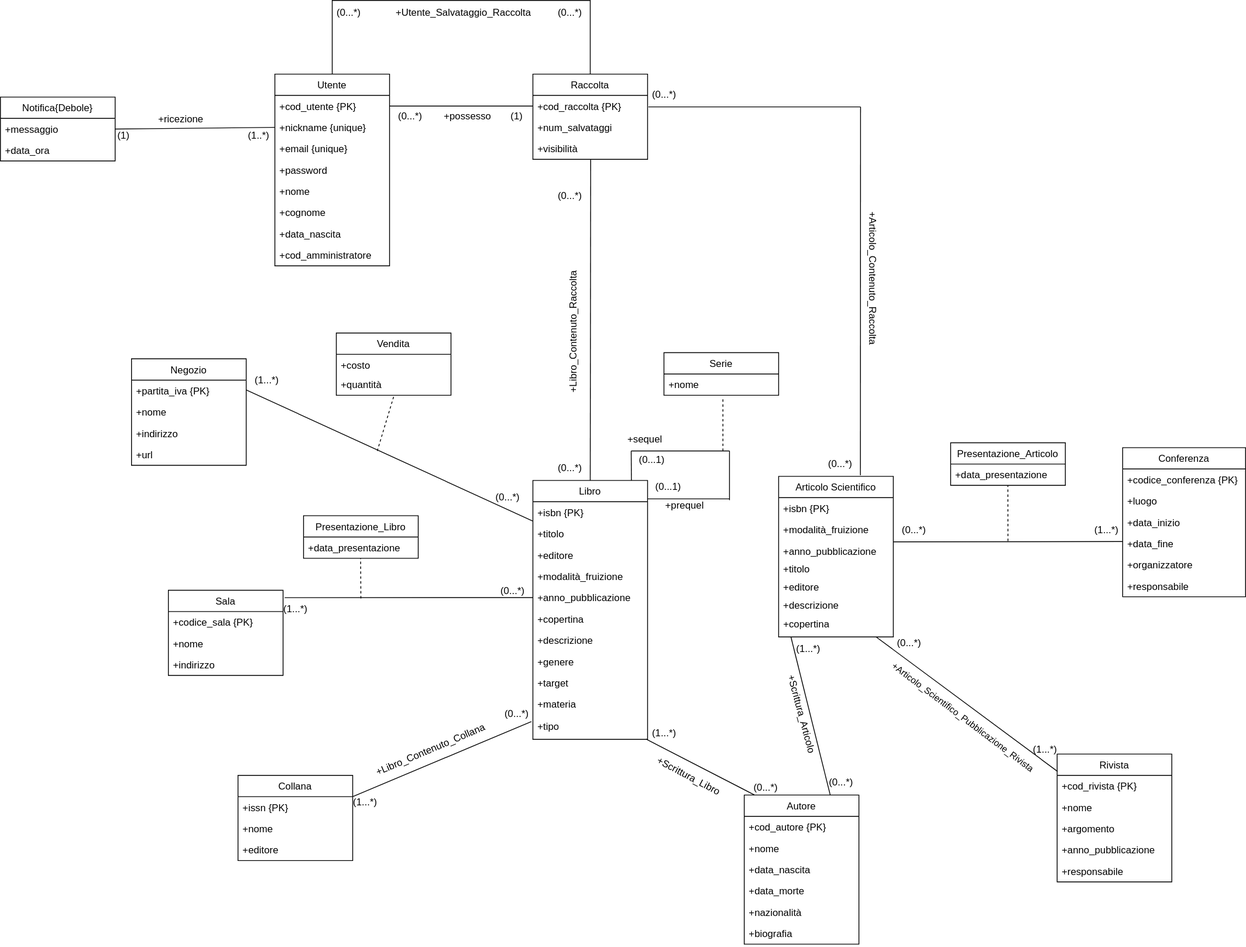
This is progettazione_concettuale/Modello_Concettuale_Ristrutturato.drawio.svg from m3tt0/Progetto_OB_BASI, a draw.io export, as it was before one commit. Source tidied: cells renumbered, new cells last; positions are measured from the earlier drawing's top-left corner, leaving out a move shared by most shapes.
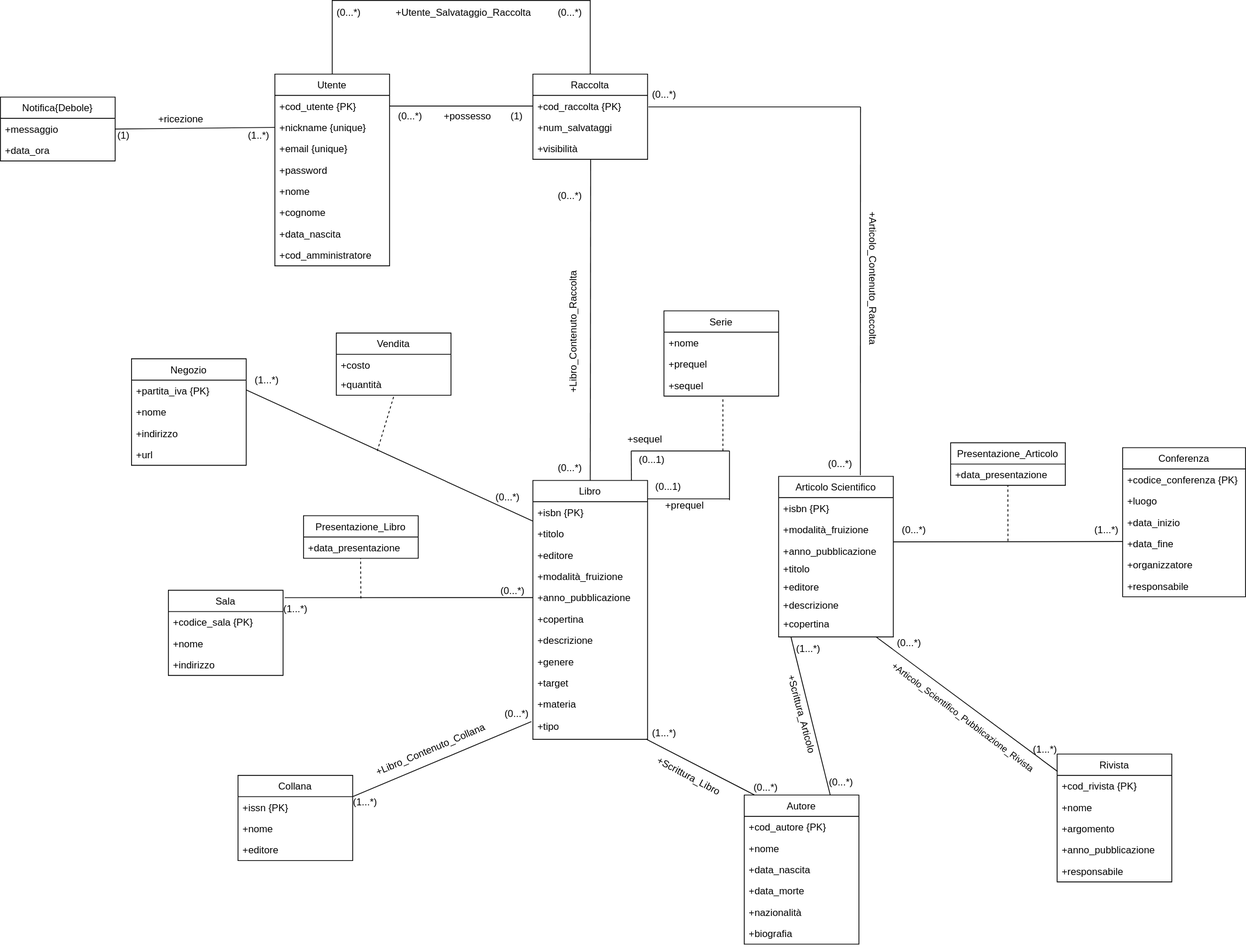
Above is the later version.

What changed in the source:
```diff
@@ -398,11 +398,17 @@
       <mxGeometry x="1000" y="551" width="50" height="30" as="geometry" />
     </mxCell>
     <mxCell id="125" value="Serie" style="swimlane;fontStyle=0;horizontal=1;startSize=26;fillColor=none;" parent="1" vertex="1">
-      <mxGeometry x="810" y="430" width="140" height="52" as="geometry" />
+      <mxGeometry x="810" y="379" width="140" height="104" as="geometry" />
     </mxCell>
     <mxCell id="126" value="+nome" style="text;strokeColor=none;fillColor=none;align=left;verticalAlign=top;spacingLeft=4;spacingRight=4;overflow=hidden;" parent="125" vertex="1">
       <mxGeometry y="26" width="140" height="26" as="geometry" />
     </mxCell>
+    <mxCell id="140" value="+prequel" style="text;strokeColor=none;fillColor=none;align=left;verticalAlign=top;spacingLeft=4;spacingRight=4;overflow=hidden;" parent="125" vertex="1">
+      <mxGeometry y="52" width="140" height="26" as="geometry" />
+    </mxCell>
+    <mxCell id="141" value="+sequel" style="text;strokeColor=none;fillColor=none;align=left;verticalAlign=top;spacingLeft=4;spacingRight=4;overflow=hidden;" parent="125" vertex="1">
+      <mxGeometry y="78" width="140" height="26" as="geometry" />
+    </mxCell>
     <mxCell id="127" style="endArrow=none;dashed=1;html=1;rounded=0;" parent="1" edge="1">
       <mxGeometry relative="1" as="geometry">
         <mxPoint x="882" y="550" as="sourcePoint" />
```
